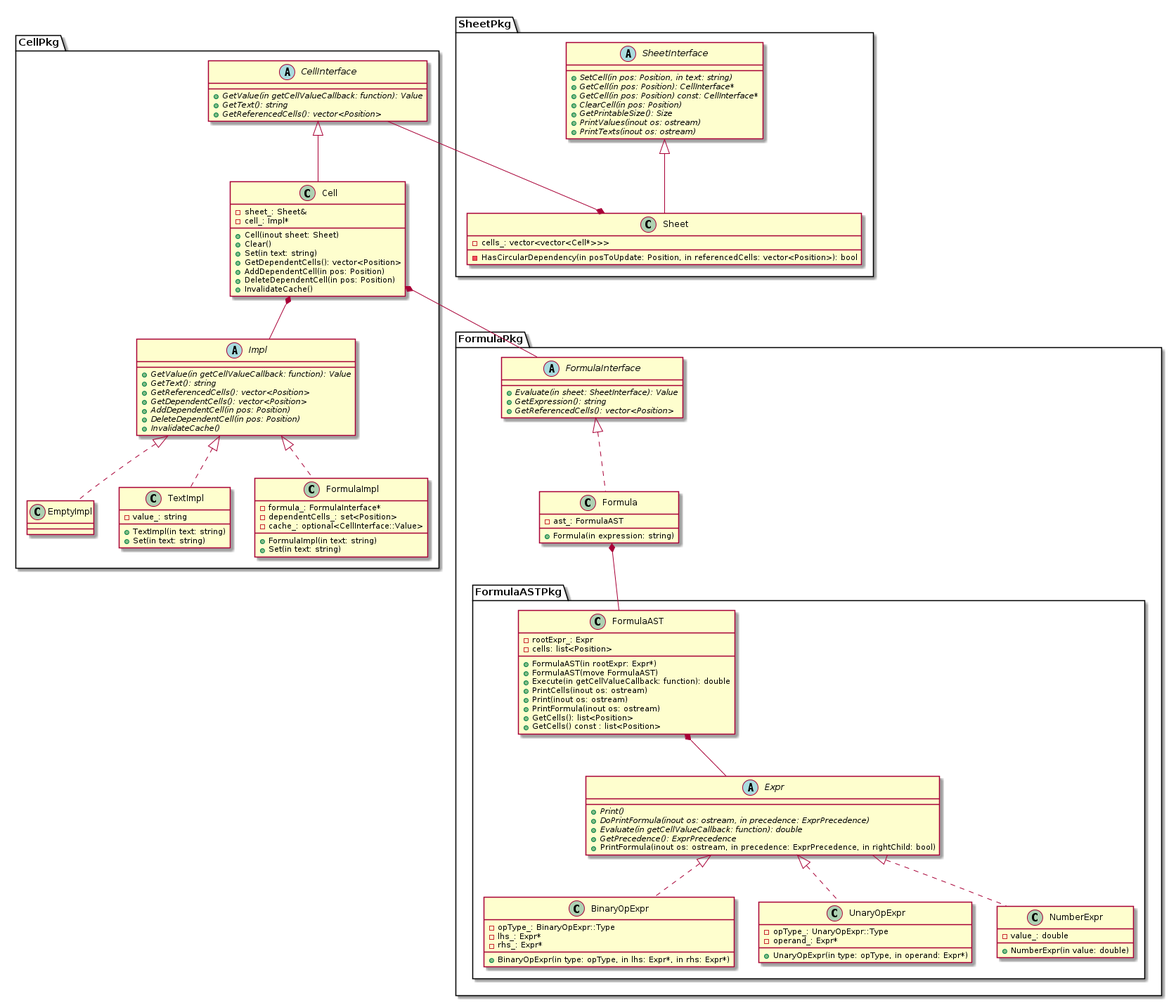
kazarynau/YandexPraktikumFinal keeps this PlantUML diagram as uml/png/table.png. Above is the earlier version.
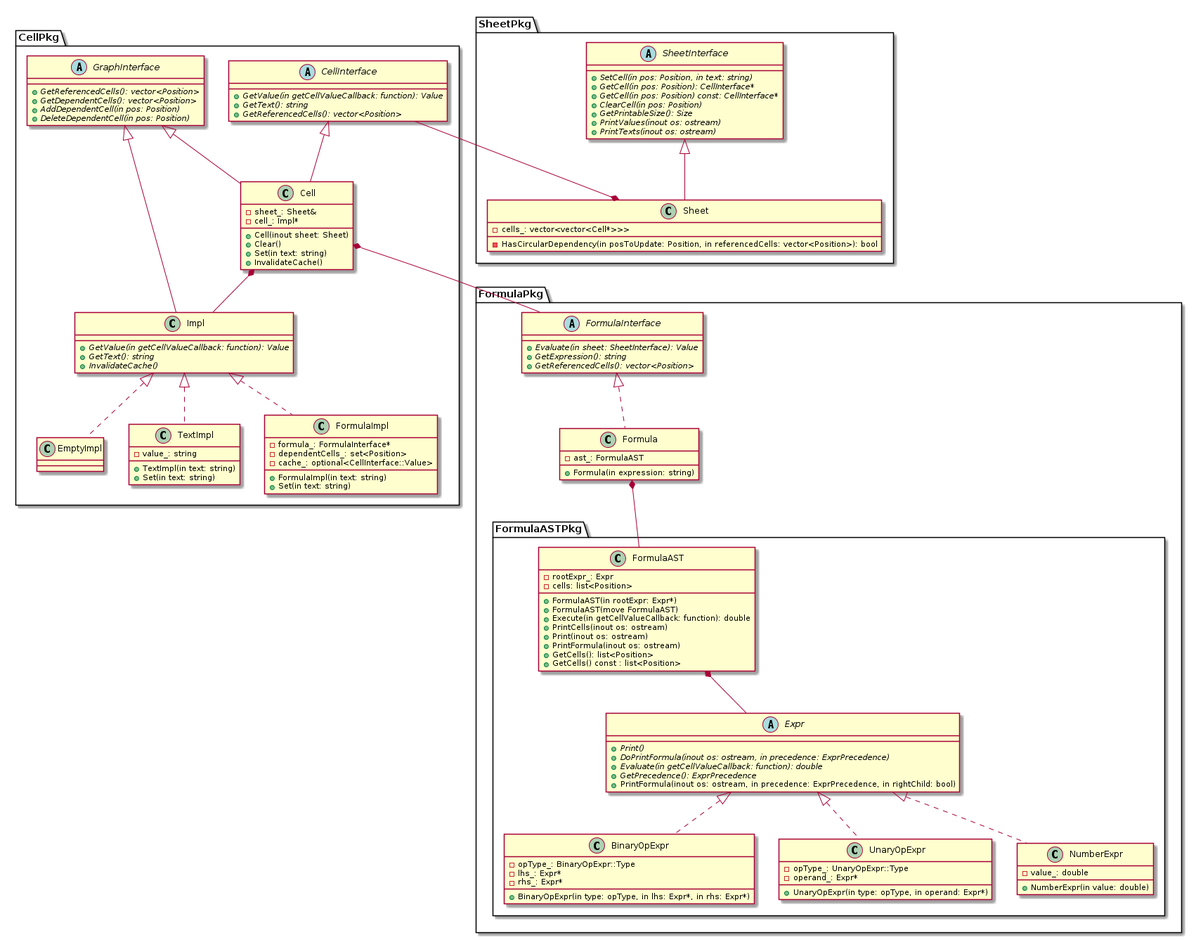
The same diagram one commit later.

What changed in the source:
```diff
@@ -2,15 +2,20 @@
 
 package CellPkg {
 
-abstract class Impl {
-    +{abstract} GetValue(in getCellValueCallback: function): Value
-    +{abstract} GetText(): string
+abstract class GraphInterface {
     +{abstract} GetReferencedCells(): vector<Position>
     +{abstract} GetDependentCells(): vector<Position>
     +{abstract} AddDependentCell(in pos: Position)
     +{abstract} DeleteDependentCell(in pos: Position)
+}
+
+abstract class Impl {
+    +{abstract} GetValue(in getCellValueCallback: function): Value
+    +{abstract} GetText(): string
     +{abstract} InvalidateCache()
 }
+
+class Impl extends GraphInterface
 
 class EmptyImpl {
 }
@@ -44,15 +49,13 @@
     +Cell(inout sheet: Sheet)
     +Clear()
     +Set(in text: string)
-    +GetDependentCells(): vector<Position>
-    +AddDependentCell(in pos: Position)
-    +DeleteDependentCell(in pos: Position)
     +InvalidateCache()
     -sheet_: Sheet&
     -cell_: Impl*
 }
 
 class Cell extends CellInterface
+class Cell extends GraphInterface
 Cell *-r- Impl
 
 }
```
